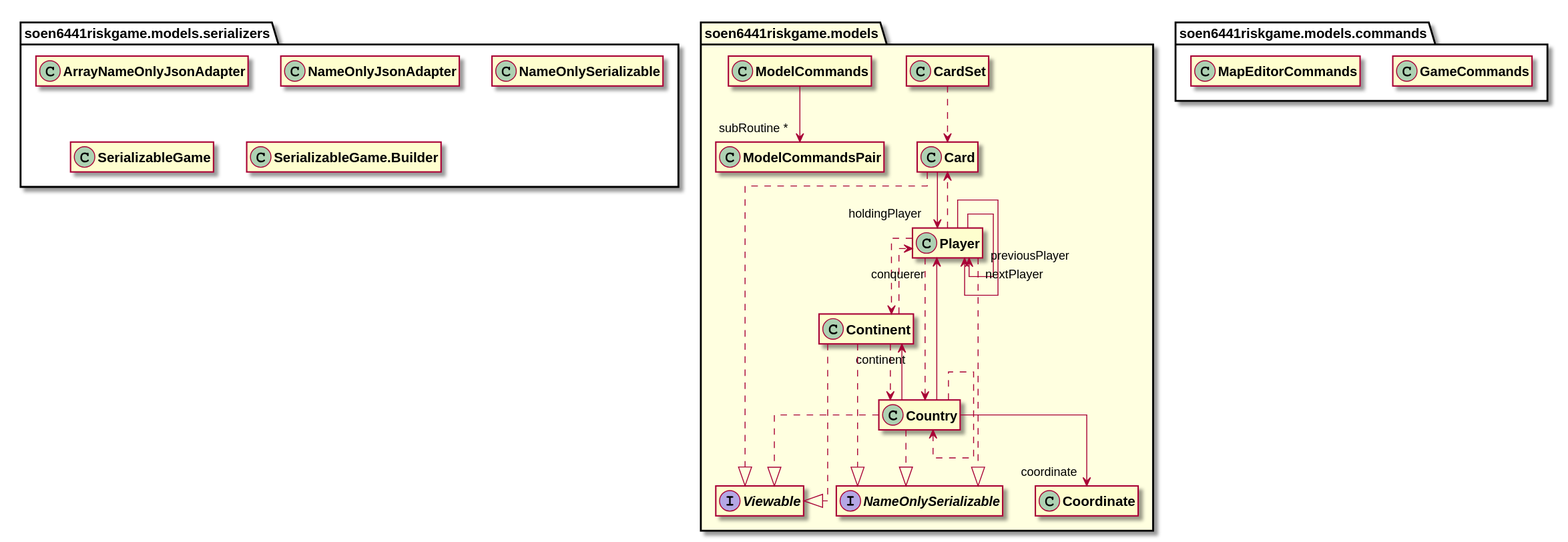
Above: docs/javadocs/soen6441riskgame/models/package-summary.svg in huntertran/soen6441-riskgame (PlantUML), before the change.
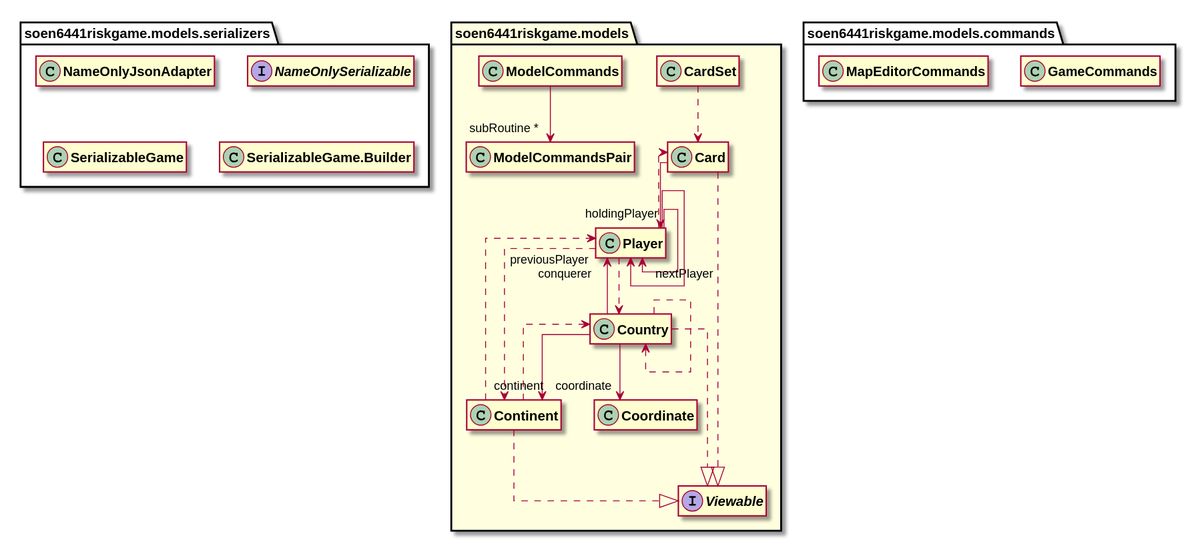
Later version of the same file.

Diff of the diagram source:
```diff
@@ -47,12 +47,6 @@
 hide soen6441riskgame.models.ModelCommandsPair fields
 hide soen6441riskgame.models.ModelCommandsPair methods
 
-interface "<b><size:14>NameOnlySerializable</b>" as soen6441riskgame.models.NameOnlySerializable  [[../../soen6441riskgame/models/NameOnlySerializable.html{soen6441riskgame.models.NameOnlySerializable}]] {
-}
-
-hide soen6441riskgame.models.NameOnlySerializable fields
-hide soen6441riskgame.models.NameOnlySerializable methods
-
 class "<b><size:14>Player</b>" as soen6441riskgame.models.Player  [[../../soen6441riskgame/models/Player.html{soen6441riskgame.models.Player}]] {
 }
 
@@ -70,19 +64,16 @@
 soen6441riskgame.models.CardSet ..> soen6441riskgame.models.Card
 soen6441riskgame.models.Continent ..> soen6441riskgame.models.Country
 soen6441riskgame.models.Continent ..|> soen6441riskgame.models.Viewable
-soen6441riskgame.models.Continent ..|> soen6441riskgame.models.NameOnlySerializable
 soen6441riskgame.models.Continent ..> soen6441riskgame.models.Player
 soen6441riskgame.models.Country -->  "coordinate" soen6441riskgame.models.Coordinate
 soen6441riskgame.models.Country -->  "continent" soen6441riskgame.models.Continent
 soen6441riskgame.models.Country -->  "conquerer" soen6441riskgame.models.Player
 soen6441riskgame.models.Country ..|> soen6441riskgame.models.Viewable
-soen6441riskgame.models.Country ..|> soen6441riskgame.models.NameOnlySerializable
 soen6441riskgame.models.Country ..> soen6441riskgame.models.Country
 soen6441riskgame.models.ModelCommands -->  "subRoutine *" soen6441riskgame.models.ModelCommandsPair
 soen6441riskgame.models.Player -->  "nextPlayer" soen6441riskgame.models.Player
 soen6441riskgame.models.Player -->  "previousPlayer" soen6441riskgame.models.Player
 soen6441riskgame.models.Player ..> soen6441riskgame.models.Card
-soen6441riskgame.models.Player ..|> soen6441riskgame.models.NameOnlySerializable
 soen6441riskgame.models.Player ..> soen6441riskgame.models.Continent
 soen6441riskgame.models.Player ..> soen6441riskgame.models.Country
 package soen6441riskgame.models.commands [[../../soen6441riskgame/models/commands/package-summary.html{soen6441riskgame.models.commands}]] {
@@ -103,19 +94,13 @@
 package soen6441riskgame.models.serializers [[../../soen6441riskgame/models/serializers/package-summary.html{soen6441riskgame.models.serializers}]] {
 }
 
-class "<b><size:14>ArrayNameOnlyJsonAdapter</b>" as soen6441riskgame.models.serializers.ArrayNameOnlyJsonAdapter  [[../../soen6441riskgame/models/serializers/ArrayNameOnlyJsonAdapter.html{soen6441riskgame.models.serializers.ArrayNameOnlyJsonAdapter}]] {
-}
-
-hide soen6441riskgame.models.serializers.ArrayNameOnlyJsonAdapter fields
-hide soen6441riskgame.models.serializers.ArrayNameOnlyJsonAdapter methods
-
 class "<b><size:14>NameOnlyJsonAdapter</b>" as soen6441riskgame.models.serializers.NameOnlyJsonAdapter  [[../../soen6441riskgame/models/serializers/NameOnlyJsonAdapter.html{soen6441riskgame.models.serializers.NameOnlyJsonAdapter}]] {
 }
 
 hide soen6441riskgame.models.serializers.NameOnlyJsonAdapter fields
 hide soen6441riskgame.models.serializers.NameOnlyJsonAdapter methods
 
-class "<b><size:14>NameOnlySerializable</b>" as soen6441riskgame.models.serializers.NameOnlySerializable  [[../../soen6441riskgame/models/serializers/NameOnlySerializable.html{soen6441riskgame.models.serializers.NameOnlySerializable}]] {
+interface "<b><size:14>NameOnlySerializable</b>" as soen6441riskgame.models.serializers.NameOnlySerializable  [[../../soen6441riskgame/models/serializers/NameOnlySerializable.html{soen6441riskgame.models.serializers.NameOnlySerializable}]] {
 }
 
 hide soen6441riskgame.models.serializers.NameOnlySerializable fields
```
